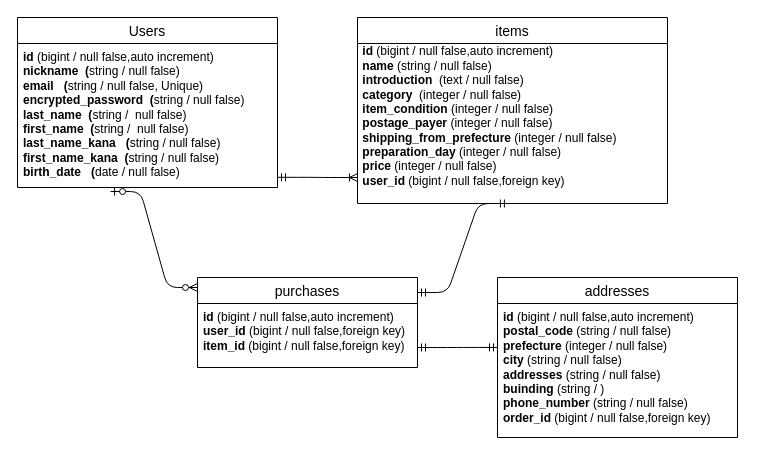
This is er-diagram.drawio/er-diagram.drawio from chuandujiusi-ux/furima-47927, a draw.io file, before an edit. Source tidied: cells renumbered, new cells numbered last; positions are measured from the earlier drawing's top-left corner, leaving out a move shared by most shapes. Both pictures are drawn from the tidied source at 100%, with x=0, y=0 at pixel (17, -223).
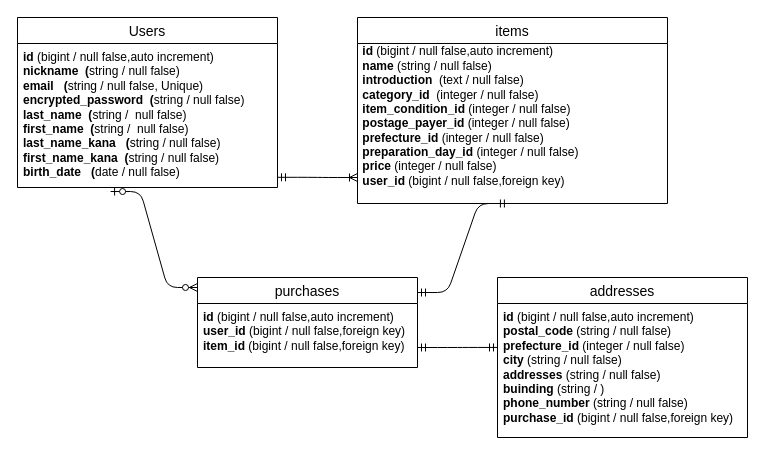
After the change.

Commit message (it also covers changes not shown here):
テーブル設計の指摘箇所を修正

The change refers to these unchanged cells:
```xml
<mxCell id="4" value="items" style="swimlane;fontStyle=0;horizontal=1;startSize=26;align=center;fontSize=14;" parent="1" vertex="1">
  <mxGeometry x="340" y="240" width="310" height="186" as="geometry" />
</mxCell>
```

Change to the diagram source:
```diff
@@
-    <mxCell id="5" value="&lt;div&gt;&lt;b&gt;&amp;nbsp;id &lt;/b&gt;(bigint / null false,auto increment)&lt;/div&gt;&lt;b&gt;&amp;nbsp;name&lt;/b&gt; (string / null false)&lt;div&gt;&lt;b&gt;&amp;nbsp;introduction&amp;nbsp;&lt;/b&gt; (text / null false)&lt;br&gt;&lt;b&gt;&amp;nbsp;category&lt;/b&gt;&amp;nbsp; (integer / null false)&lt;br&gt;&lt;b&gt;&amp;nbsp;item_condition&lt;/b&gt; (integer / null false)&lt;br&gt;&lt;b&gt;&amp;nbsp;postage_payer&lt;/b&gt; (integer / null false)&lt;br&gt;&lt;b&gt;&amp;nbsp;shipping_from_prefecture&lt;/b&gt; (integer / null false)&lt;br&gt;&lt;b&gt;&amp;nbsp;preparation_day&lt;/b&gt; (integer / null false)&lt;br&gt;&lt;b&gt;&amp;nbsp;price&lt;/b&gt; (integer / null false)&lt;/div&gt;&lt;div&gt;&lt;b&gt;&amp;nbsp;user_id&lt;/b&gt; (bigint / null false,foreign key)&lt;br&gt;&lt;br&gt;&lt;/div&gt;" style="text;strokeColor=none;align=left;fillColor=none;html=1;verticalAlign=middle;whiteSpace=wrap;rounded=0;" parent="4" vertex="1">
+    <mxCell id="5" value="&lt;div&gt;&lt;b&gt;&amp;nbsp;id &lt;/b&gt;(bigint / null false,auto increment)&lt;/div&gt;&lt;b&gt;&amp;nbsp;name&lt;/b&gt; (string / null false)&lt;div&gt;&lt;b&gt;&amp;nbsp;introduction&amp;nbsp;&lt;/b&gt; (text / null false)&lt;br&gt;&lt;b&gt;&amp;nbsp;category_id&lt;/b&gt;&amp;nbsp; (integer / null false)&lt;br&gt;&lt;b&gt;&amp;nbsp;item_condition_id&lt;/b&gt; (integer / null false)&lt;br&gt;&lt;b&gt;&amp;nbsp;postage_payer_id&lt;/b&gt; (integer / null false)&lt;br&gt;&lt;b&gt;&amp;nbsp;prefecture_id&lt;/b&gt; (integer / null false)&lt;br&gt;&lt;b&gt;&amp;nbsp;preparation_day_id&lt;/b&gt; (integer / null false)&lt;br&gt;&lt;b&gt;&amp;nbsp;price&lt;/b&gt; (integer / null false)&lt;/div&gt;&lt;div&gt;&lt;b&gt;&amp;nbsp;user_id&lt;/b&gt; (bigint / null false,foreign key)&lt;br&gt;&lt;br&gt;&lt;/div&gt;" style="text;strokeColor=none;align=left;fillColor=none;html=1;verticalAlign=middle;whiteSpace=wrap;rounded=0;" parent="4" vertex="1">
       <mxGeometry y="26" width="310" height="160" as="geometry" />
     </mxCell>
@@
     <mxCell id="9" value="addresses" style="swimlane;fontStyle=0;horizontal=1;startSize=26;align=center;fontSize=14;" parent="1" vertex="1">
-      <mxGeometry x="480" y="500" width="240" height="160" as="geometry" />
+      <mxGeometry x="480" y="500" width="250" height="160" as="geometry" />
     </mxCell>
-    <mxCell id="10" value="&lt;b&gt;id &lt;/b&gt;(bigint / null false,auto increment)&lt;div&gt;&lt;font color=&quot;#000000&quot;&gt;&lt;b&gt;postal_code &lt;/b&gt;(string / null false)&lt;/font&gt;&lt;/div&gt;&lt;div&gt;&lt;font color=&quot;#000000&quot;&gt;&lt;b&gt;prefecture&lt;/b&gt; (integer / null false)&lt;/font&gt;&lt;/div&gt;&lt;div&gt;&lt;font color=&quot;#000000&quot;&gt;&lt;b&gt;city&lt;/b&gt; (string / null false)&lt;/font&gt;&lt;/div&gt;&lt;div&gt;&lt;font color=&quot;#000000&quot;&gt;&lt;b&gt;addresses &lt;/b&gt;(string / null false)&lt;/font&gt;&lt;/div&gt;&lt;div&gt;&lt;font color=&quot;#000000&quot;&gt;&lt;b&gt;buinding&lt;/b&gt; (string / )&lt;/font&gt;&lt;/div&gt;&lt;div&gt;&lt;font color=&quot;#000000&quot;&gt;&lt;b&gt;phone_number&lt;/b&gt; (string / null false)&lt;/font&gt;&lt;/div&gt;&lt;div&gt;&lt;font color=&quot;#000000&quot;&gt;&lt;b&gt;order_id&lt;/b&gt; (bigint / null false,foreign key)&lt;br&gt;&lt;/font&gt;&lt;div&gt;&lt;br&gt;&lt;/div&gt;&lt;/div&gt;" style="text;strokeColor=none;fillColor=none;spacingLeft=4;spacingRight=4;overflow=hidden;points=[[0,0.5],[1,0.5]];portConstraint=eastwest;fontSize=12;whiteSpace=wrap;html=1;" parent="9" vertex="1">
-      <mxGeometry y="26" width="240" height="134" as="geometry" />
+    <mxCell id="10" value="&lt;b&gt;id &lt;/b&gt;(bigint / null false,auto increment)&lt;div&gt;&lt;font color=&quot;#000000&quot;&gt;&lt;b&gt;postal_code &lt;/b&gt;(string / null false)&lt;/font&gt;&lt;/div&gt;&lt;div&gt;&lt;font color=&quot;#000000&quot;&gt;&lt;b&gt;prefecture_id&lt;/b&gt; (integer / null false)&lt;/font&gt;&lt;/div&gt;&lt;div&gt;&lt;font color=&quot;#000000&quot;&gt;&lt;b&gt;city&lt;/b&gt; (string / null false)&lt;/font&gt;&lt;/div&gt;&lt;div&gt;&lt;font color=&quot;#000000&quot;&gt;&lt;b&gt;addresses &lt;/b&gt;(string / null false)&lt;/font&gt;&lt;/div&gt;&lt;div&gt;&lt;font color=&quot;#000000&quot;&gt;&lt;b&gt;buinding&lt;/b&gt; (string / )&lt;/font&gt;&lt;/div&gt;&lt;div&gt;&lt;font color=&quot;#000000&quot;&gt;&lt;b&gt;phone_number&lt;/b&gt; (string / null false)&lt;/font&gt;&lt;/div&gt;&lt;div&gt;&lt;font color=&quot;#000000&quot;&gt;&lt;b&gt;purchase_id&lt;/b&gt; (bigint / null false,foreign key)&lt;br&gt;&lt;/font&gt;&lt;div&gt;&lt;br&gt;&lt;/div&gt;&lt;/div&gt;" style="text;strokeColor=none;fillColor=none;spacingLeft=4;spacingRight=4;overflow=hidden;points=[[0,0.5],[1,0.5]];portConstraint=eastwest;fontSize=12;whiteSpace=wrap;html=1;" parent="9" vertex="1">
+      <mxGeometry y="26" width="250" height="134" as="geometry" />
     </mxCell>
```
